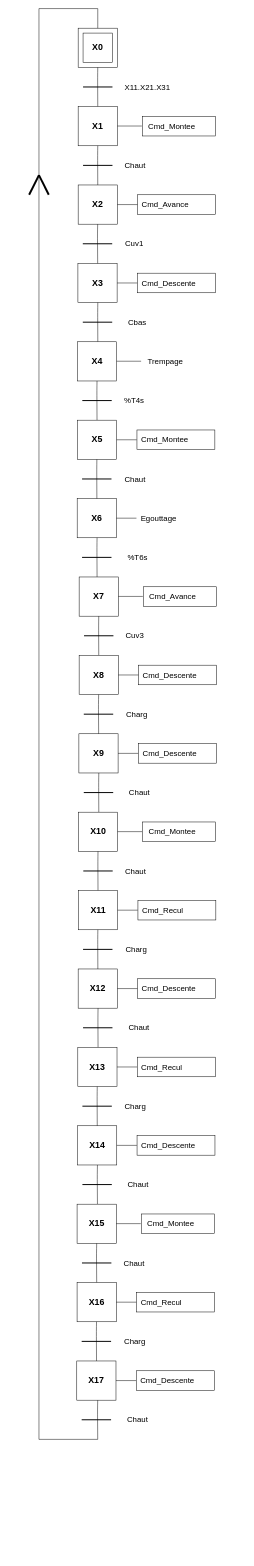
Before: Graph_Init.drawio in Sem98-chain/INSA, a draw.io diagram. Source tidied: cells renumbered, new cells numbered last; positions are measured from the earlier drawing's top-left corner, leaving out a move shared by most shapes. Both pictures are drawn from the tidied source at 49%, with x=0, y=0 at pixel (29, 8).
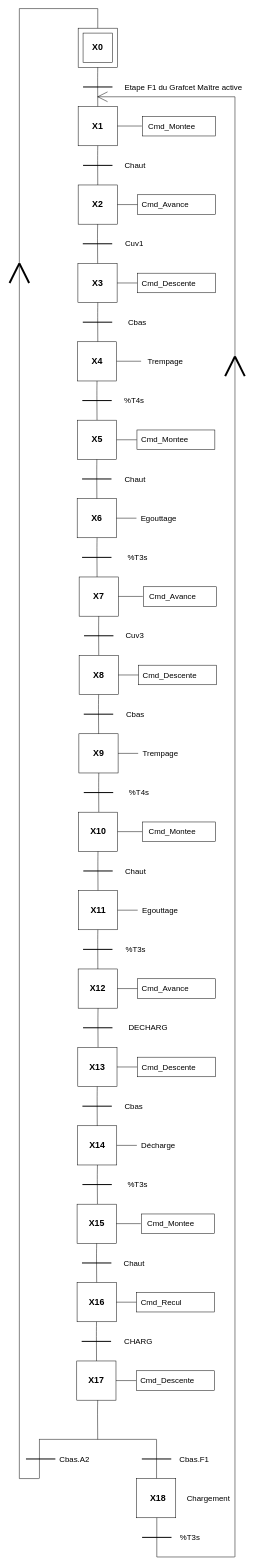
After the change.

What changed in the source:
```diff
@@
-    <mxCell id="16" value="&lt;font style=&quot;font-size: 16px&quot;&gt;X11.X21.X31&lt;br&gt;&lt;/font&gt;" style="text;html=1;strokeColor=none;fillColor=none;align=left;verticalAlign=middle;whiteSpace=wrap;rounded=0;" parent="1" vertex="1">
+    <mxCell id="16" value="&lt;font style=&quot;font-size: 16px&quot;&gt;Etape F1 du Grafcet Maître active&lt;br&gt;&lt;/font&gt;" style="text;html=1;strokeColor=none;fillColor=none;align=left;verticalAlign=middle;whiteSpace=wrap;rounded=0;" parent="1" vertex="1">
       <mxGeometry x="193" y="150" width="247" height="20" as="geometry" />
     </mxCell>
@@
     <mxCell id="34" style="endArrow=none;html=1;" parent="1" edge="1">
       <mxGeometry relative="1" as="geometry">
-        <mxPoint x="20" y="2920" as="sourcePoint" />
-        <mxPoint x="20" as="targetPoint" />
+        <mxPoint x="-20" y="3000" as="sourcePoint" />
+        <mxPoint x="-20" as="targetPoint" />
       </mxGeometry>
     </mxCell>
     <mxCell id="35" style="endArrow=none;html=1;" parent="1" edge="1">
       <mxGeometry relative="1" as="geometry">
-        <mxPoint x="20" as="sourcePoint" />
+        <mxPoint x="-20" as="sourcePoint" />
         <mxPoint x="140" as="targetPoint" />
       </mxGeometry>
     </mxCell>
@@
     <mxCell id="37" style="endArrow=none;html=1;strokeWidth=4;" parent="1" edge="1">
       <mxGeometry relative="1" as="geometry">
-        <mxPoint y="380" as="sourcePoint" />
-        <mxPoint x="20" y="340" as="targetPoint" />
+        <mxPoint x="-40" y="560" as="sourcePoint" />
+        <mxPoint x="-20" y="520" as="targetPoint" />
       </mxGeometry>
     </mxCell>
     <mxCell id="38" style="endArrow=none;html=1;strokeWidth=4;" parent="1" edge="1">
       <mxGeometry relative="1" as="geometry">
-        <mxPoint x="40" y="380" as="sourcePoint" />
-        <mxPoint x="20" y="340" as="targetPoint" />
+        <mxPoint y="560" as="sourcePoint" />
+        <mxPoint x="-20" y="520" as="targetPoint" />
       </mxGeometry>
     </mxCell>
@@
-    <mxCell id="60" value="&lt;font style=&quot;font-size: 16px&quot;&gt;%T6s&lt;br&gt;&lt;/font&gt;" style="text;html=1;strokeColor=none;fillColor=none;align=left;verticalAlign=middle;whiteSpace=wrap;rounded=0;" parent="1" vertex="1">
+    <mxCell id="60" value="&lt;font style=&quot;font-size: 16px&quot;&gt;%T3s&lt;br&gt;&lt;/font&gt;" style="text;html=1;strokeColor=none;fillColor=none;align=left;verticalAlign=middle;whiteSpace=wrap;rounded=0;" parent="1" vertex="1">
       <mxGeometry x="198.5" y="1110" width="77" height="20" as="geometry" />
     </mxCell>
@@
-    <mxCell id="62" style="rounded=0;whiteSpace=wrap;html=1;" parent="1" vertex="1">
-      <mxGeometry x="223" y="1500" width="159" height="40" as="geometry" />
-    </mxCell>
@@
-    <mxCell id="76" value="&lt;font style=&quot;font-size: 16px&quot;&gt;Cmd_Descente&lt;/font&gt;" style="text;html=1;strokeColor=none;fillColor=none;align=left;verticalAlign=middle;whiteSpace=wrap;rounded=0;" parent="1" vertex="1">
+    <mxCell id="76" value="&lt;font style=&quot;font-size: 16px&quot;&gt;Trempage&lt;/font&gt;" style="text;html=1;strokeColor=none;fillColor=none;align=left;verticalAlign=middle;whiteSpace=wrap;rounded=0;" parent="1" vertex="1">
       <mxGeometry x="229.5" y="1510" width="140" height="20" as="geometry" />
     </mxCell>
@@
-    <mxCell id="84" value="&lt;font style=&quot;font-size: 16px&quot;&gt;Charg&lt;br&gt;&lt;/font&gt;" style="text;html=1;strokeColor=none;fillColor=none;align=left;verticalAlign=middle;whiteSpace=wrap;rounded=0;" parent="1" vertex="1">
+    <mxCell id="84" value="&lt;font style=&quot;font-size: 16px&quot;&gt;Cbas&lt;br&gt;&lt;/font&gt;" style="text;html=1;strokeColor=none;fillColor=none;align=left;verticalAlign=middle;whiteSpace=wrap;rounded=0;" parent="1" vertex="1">
       <mxGeometry x="196" y="1430" width="77" height="20" as="geometry" />
     </mxCell>
-    <mxCell id="85" value="&lt;font style=&quot;font-size: 16px&quot;&gt;Chaut&lt;br&gt;&lt;/font&gt;" style="text;html=1;strokeColor=none;fillColor=none;align=left;verticalAlign=middle;whiteSpace=wrap;rounded=0;" parent="1" vertex="1">
+    <mxCell id="85" value="&lt;font style=&quot;font-size: 16px&quot;&gt;%T4s&lt;br&gt;&lt;/font&gt;" style="text;html=1;strokeColor=none;fillColor=none;align=left;verticalAlign=middle;whiteSpace=wrap;rounded=0;" parent="1" vertex="1">
       <mxGeometry x="202" y="1590" width="77" height="20" as="geometry" />
     </mxCell>
@@
-    <mxCell id="101" value="&lt;font style=&quot;font-size: 16px&quot;&gt;Cmd_Descente&lt;/font&gt;" style="text;html=1;strokeColor=none;fillColor=none;align=left;verticalAlign=middle;whiteSpace=wrap;rounded=0;" parent="1" vertex="1">
+    <mxCell id="101" value="&lt;font style=&quot;font-size: 16px&quot;&gt;Cmd_Avance&lt;/font&gt;" style="text;html=1;strokeColor=none;fillColor=none;align=left;verticalAlign=middle;whiteSpace=wrap;rounded=0;" parent="1" vertex="1">
       <mxGeometry x="228" y="1990" width="140" height="20" as="geometry" />
     </mxCell>
@@
-    <mxCell id="106" style="rounded=0;whiteSpace=wrap;html=1;" parent="1" vertex="1">
-      <mxGeometry x="222" y="1820" width="159" height="40" as="geometry" />
-    </mxCell>
-    <mxCell id="107" value="&lt;span style=&quot;font-size: 16px&quot;&gt;Cmd_Recul&lt;/span&gt;" style="text;html=1;strokeColor=none;fillColor=none;align=left;verticalAlign=middle;whiteSpace=wrap;rounded=0;" parent="1" vertex="1">
+    <mxCell id="107" value="&lt;span style=&quot;font-size: 16px&quot;&gt;Egouttage&lt;/span&gt;" style="text;html=1;strokeColor=none;fillColor=none;align=left;verticalAlign=middle;whiteSpace=wrap;rounded=0;" parent="1" vertex="1">
       <mxGeometry x="228.5" y="1830" width="140" height="20" as="geometry" />
     </mxCell>
@@
-    <mxCell id="109" value="&lt;font style=&quot;font-size: 16px&quot;&gt;Charg&lt;br&gt;&lt;/font&gt;" style="text;html=1;strokeColor=none;fillColor=none;align=left;verticalAlign=middle;whiteSpace=wrap;rounded=0;" parent="1" vertex="1">
+    <mxCell id="109" value="&lt;font style=&quot;font-size: 16px&quot;&gt;%T3s&lt;br&gt;&lt;/font&gt;" style="text;html=1;strokeColor=none;fillColor=none;align=left;verticalAlign=middle;whiteSpace=wrap;rounded=0;" parent="1" vertex="1">
       <mxGeometry x="194.5" y="1910" width="77" height="20" as="geometry" />
     </mxCell>
-    <mxCell id="110" value="&lt;font style=&quot;font-size: 16px&quot;&gt;Chaut&lt;br&gt;&lt;/font&gt;" style="text;html=1;strokeColor=none;fillColor=none;align=left;verticalAlign=middle;whiteSpace=wrap;rounded=0;" parent="1" vertex="1">
+    <mxCell id="110" value="&lt;font style=&quot;font-size: 16px&quot;&gt;DECHARG&lt;br&gt;&lt;/font&gt;" style="text;html=1;strokeColor=none;fillColor=none;align=left;verticalAlign=middle;whiteSpace=wrap;rounded=0;" parent="1" vertex="1">
       <mxGeometry x="200.5" y="2070" width="77" height="20" as="geometry" />
     </mxCell>
@@
-    <mxCell id="112" style="rounded=0;whiteSpace=wrap;html=1;" parent="1" vertex="1">
-      <mxGeometry x="220.2" y="2300" width="159" height="40" as="geometry" />
-    </mxCell>
@@
-    <mxCell id="118" value="&lt;font style=&quot;font-size: 16px&quot;&gt;Cmd_Descente&lt;/font&gt;" style="text;html=1;strokeColor=none;fillColor=none;align=left;verticalAlign=middle;whiteSpace=wrap;rounded=0;" parent="1" vertex="1">
+    <mxCell id="118" value="&lt;font style=&quot;font-size: 16px&quot;&gt;Décharge&lt;/font&gt;" style="text;html=1;strokeColor=none;fillColor=none;align=left;verticalAlign=middle;whiteSpace=wrap;rounded=0;" parent="1" vertex="1">
       <mxGeometry x="226.8" y="2310" width="140" height="20" as="geometry" />
     </mxCell>
@@
-    <mxCell id="124" value="&lt;span style=&quot;font-size: 16px&quot;&gt;Cmd_Recul&lt;/span&gt;" style="text;html=1;strokeColor=none;fillColor=none;align=left;verticalAlign=middle;whiteSpace=wrap;rounded=0;" parent="1" vertex="1">
-      <mxGeometry x="227.2" y="2150" width="140" height="20" as="geometry" />
+    <mxCell id="124" value="&lt;span style=&quot;font-size: 16px&quot;&gt;Cmd_Descente&lt;/span&gt;" style="text;html=1;strokeColor=none;fillColor=none;align=left;verticalAlign=middle;whiteSpace=wrap;rounded=0;" parent="1" vertex="1">
+      <mxGeometry x="228.2" y="2150" width="140" height="20" as="geometry" />
     </mxCell>
@@
-    <mxCell id="126" value="&lt;font style=&quot;font-size: 16px&quot;&gt;Charg&lt;br&gt;&lt;/font&gt;" style="text;html=1;strokeColor=none;fillColor=none;align=left;verticalAlign=middle;whiteSpace=wrap;rounded=0;" parent="1" vertex="1">
+    <mxCell id="126" value="&lt;font style=&quot;font-size: 16px&quot;&gt;Cbas&lt;br&gt;&lt;/font&gt;" style="text;html=1;strokeColor=none;fillColor=none;align=left;verticalAlign=middle;whiteSpace=wrap;rounded=0;" parent="1" vertex="1">
       <mxGeometry x="193.2" y="2230" width="77" height="20" as="geometry" />
     </mxCell>
-    <mxCell id="127" value="&lt;font style=&quot;font-size: 16px&quot;&gt;Chaut&lt;br&gt;&lt;/font&gt;" style="text;html=1;strokeColor=none;fillColor=none;align=left;verticalAlign=middle;whiteSpace=wrap;rounded=0;" parent="1" vertex="1">
+    <mxCell id="127" value="&lt;font style=&quot;font-size: 16px&quot;&gt;%T3s&lt;br&gt;&lt;/font&gt;" style="text;html=1;strokeColor=none;fillColor=none;align=left;verticalAlign=middle;whiteSpace=wrap;rounded=0;" parent="1" vertex="1">
       <mxGeometry x="199.2" y="2390" width="77" height="20" as="geometry" />
     </mxCell>
@@
     <mxCell id="139" value="&lt;font style=&quot;font-size: 16px&quot;&gt;&lt;br&gt;&lt;/font&gt;" style="text;html=1;strokeColor=none;fillColor=none;align=left;verticalAlign=middle;whiteSpace=wrap;rounded=0;" parent="1" vertex="1">
-      <mxGeometry x="190.8" y="2870" width="106" height="20" as="geometry" />
+      <mxGeometry x="76" y="2950" width="106" height="20" as="geometry" />
     </mxCell>
-    <mxCell id="140" value="&lt;font style=&quot;font-size: 16px&quot;&gt;Cmd_Montee&lt;/font&gt;" style="text;html=1;strokeColor=none;fillColor=none;align=left;verticalAlign=middle;whiteSpace=wrap;rounded=0;" parent="1" vertex="1">
+    <mxCell id="140" value="&lt;span style=&quot;font-size: 16px&quot;&gt;Cmd_Montee&lt;/span&gt;" style="text;html=1;strokeColor=none;fillColor=none;align=left;verticalAlign=middle;whiteSpace=wrap;rounded=0;" parent="1" vertex="1">
       <mxGeometry x="238.8" y="2470" width="100" height="20" as="geometry" />
     </mxCell>
@@
     <mxCell id="145" style="endArrow=none;html=1;strokeWidth=2;" parent="1" edge="1">
       <mxGeometry relative="1" as="geometry">
-        <mxPoint x="107.2" y="2880" as="sourcePoint" />
-        <mxPoint x="167.2" y="2880" as="targetPoint" />
+        <mxPoint x="-6.5" y="2960" as="sourcePoint" />
+        <mxPoint x="53.5" y="2960" as="targetPoint" />
       </mxGeometry>
     </mxCell>
@@
-    <mxCell id="151" value="&lt;font style=&quot;font-size: 16px&quot;&gt;Charg&lt;br&gt;&lt;/font&gt;" style="text;html=1;strokeColor=none;fillColor=none;align=left;verticalAlign=middle;whiteSpace=wrap;rounded=0;" parent="1" vertex="1">
+    <mxCell id="151" value="&lt;font style=&quot;font-size: 16px&quot;&gt;CHARG&lt;br&gt;&lt;/font&gt;" style="text;html=1;strokeColor=none;fillColor=none;align=left;verticalAlign=middle;whiteSpace=wrap;rounded=0;" parent="1" vertex="1">
       <mxGeometry x="191.8" y="2710" width="77" height="20" as="geometry" />
     </mxCell>
-    <mxCell id="152" value="&lt;font style=&quot;font-size: 16px&quot;&gt;Chaut&lt;br&gt;&lt;/font&gt;" style="text;html=1;strokeColor=none;fillColor=none;align=left;verticalAlign=middle;whiteSpace=wrap;rounded=0;" parent="1" vertex="1">
-      <mxGeometry x="197.8" y="2870" width="77" height="20" as="geometry" />
+    <mxCell id="152" value="&lt;font style=&quot;font-size: 16px&quot;&gt;Cbas.A2&lt;br&gt;&lt;/font&gt;" style="text;html=1;strokeColor=none;fillColor=none;align=left;verticalAlign=middle;whiteSpace=wrap;rounded=0;" parent="1" vertex="1">
+      <mxGeometry x="60" y="2950" width="77" height="20" as="geometry" />
     </mxCell>
@@
     <mxCell id="154" style="endArrow=none;html=1;" parent="1" edge="1">
       <mxGeometry relative="1" as="geometry">
         <mxPoint x="20" y="2920" as="sourcePoint" />
-        <mxPoint x="140" y="2920" as="targetPoint" />
+        <mxPoint x="260" y="2920" as="targetPoint" />
       </mxGeometry>
     </mxCell>
+    <mxCell id="155" value="&lt;font style=&quot;font-size: 16px&quot;&gt;&lt;br&gt;&lt;/font&gt;" style="text;html=1;strokeColor=none;fillColor=none;align=left;verticalAlign=middle;whiteSpace=wrap;rounded=0;" parent="1" vertex="1">
+      <mxGeometry x="313.5" y="2950" width="106" height="20" as="geometry" />
+    </mxCell>
+    <mxCell id="156" style="endArrow=none;html=1;strokeWidth=2;" parent="1" edge="1">
+      <mxGeometry relative="1" as="geometry">
+        <mxPoint x="230" y="2960" as="sourcePoint" />
+        <mxPoint x="290" y="2960" as="targetPoint" />
+      </mxGeometry>
+    </mxCell>
+    <mxCell id="157" value="&lt;font style=&quot;font-size: 16px&quot;&gt;Cbas.F1&lt;br&gt;&lt;/font&gt;" style="text;html=1;strokeColor=none;fillColor=none;align=left;verticalAlign=middle;whiteSpace=wrap;rounded=0;" parent="1" vertex="1">
+      <mxGeometry x="305" y="2950" width="77" height="20" as="geometry" />
+    </mxCell>
+    <mxCell id="158" style="endArrow=none;html=1;" parent="1" edge="1">
+      <mxGeometry relative="1" as="geometry">
+        <mxPoint x="-20" y="3000" as="sourcePoint" />
+        <mxPoint x="20" y="3000" as="targetPoint" />
+      </mxGeometry>
+    </mxCell>
+    <mxCell id="159" style="endArrow=none;html=1;" parent="1" edge="1">
+      <mxGeometry relative="1" as="geometry">
+        <mxPoint x="21" y="3000" as="sourcePoint" />
+        <mxPoint x="21" y="2920" as="targetPoint" />
+      </mxGeometry>
+    </mxCell>
+    <mxCell id="160" style="endArrow=none;html=1;" parent="1" edge="1">
+      <mxGeometry relative="1" as="geometry">
+        <mxPoint x="260" y="3000" as="sourcePoint" />
+        <mxPoint x="260" y="2920" as="targetPoint" />
+      </mxGeometry>
+    </mxCell>
+    <mxCell id="161" style="endArrow=none;html=1;" parent="1" edge="1">
+      <mxGeometry relative="1" as="geometry">
+        <mxPoint x="260.5" y="3160" as="sourcePoint" />
+        <mxPoint x="419.5" y="3160" as="targetPoint" />
+      </mxGeometry>
+    </mxCell>
+    <mxCell id="162" style="endArrow=none;html=1;" parent="1" edge="1">
+      <mxGeometry relative="1" as="geometry">
+        <mxPoint x="420" y="3160" as="sourcePoint" />
+        <mxPoint x="420" y="180" as="targetPoint" />
+      </mxGeometry>
+    </mxCell>
+    <mxCell id="163" style="endArrow=none;html=1;" parent="1" edge="1">
+      <mxGeometry relative="1" as="geometry">
+        <mxPoint x="140" y="180" as="sourcePoint" />
+        <mxPoint x="420" y="180" as="targetPoint" />
+      </mxGeometry>
+    </mxCell>
+    <mxCell id="164" style="endArrow=none;html=1;" parent="1" edge="1">
+      <mxGeometry relative="1" as="geometry">
+        <mxPoint x="140" y="180" as="sourcePoint" />
+        <mxPoint x="160" y="170" as="targetPoint" />
+      </mxGeometry>
+    </mxCell>
+    <mxCell id="165" style="endArrow=none;html=1;" parent="1" edge="1">
+      <mxGeometry relative="1" as="geometry">
+        <mxPoint x="140" y="180" as="sourcePoint" />
+        <mxPoint x="160" y="190" as="targetPoint" />
+      </mxGeometry>
+    </mxCell>
+    <mxCell id="166" style="endArrow=none;html=1;strokeWidth=4;" parent="1" edge="1">
+      <mxGeometry relative="1" as="geometry">
+        <mxPoint x="400" y="750" as="sourcePoint" />
+        <mxPoint x="420" y="710" as="targetPoint" />
+      </mxGeometry>
+    </mxCell>
+    <mxCell id="167" style="endArrow=none;html=1;strokeWidth=4;" parent="1" edge="1">
+      <mxGeometry relative="1" as="geometry">
+        <mxPoint x="440" y="750" as="sourcePoint" />
+        <mxPoint x="420" y="710" as="targetPoint" />
+      </mxGeometry>
+    </mxCell>
+    <mxCell id="168" style="whiteSpace=wrap;html=1;" parent="1" vertex="1">
+      <mxGeometry x="219.2" y="3000" width="80" height="80" as="geometry" />
+    </mxCell>
+    <mxCell id="169" style="endArrow=none;html=1;strokeWidth=2;" parent="1" edge="1">
+      <mxGeometry relative="1" as="geometry">
+        <mxPoint x="230.5" y="3120" as="sourcePoint" />
+        <mxPoint x="290.5" y="3120" as="targetPoint" />
+      </mxGeometry>
+    </mxCell>
+    <mxCell id="170" value="&lt;font style=&quot;font-size: 16px&quot;&gt;%T3s&lt;br&gt;&lt;/font&gt;" style="text;html=1;strokeColor=none;fillColor=none;align=left;verticalAlign=middle;whiteSpace=wrap;rounded=0;" parent="1" vertex="1">
+      <mxGeometry x="305.5" y="3110" width="77" height="20" as="geometry" />
+    </mxCell>
+    <mxCell id="171" style="endArrow=none;html=1;" parent="1" edge="1">
+      <mxGeometry relative="1" as="geometry">
+        <mxPoint x="260.5" y="3160" as="sourcePoint" />
+        <mxPoint x="260.5" y="3080" as="targetPoint" />
+      </mxGeometry>
+    </mxCell>
+    <mxCell id="172" value="&lt;font style=&quot;font-size: 16px&quot;&gt;Chargement&lt;br&gt;&lt;/font&gt;" style="text;html=1;strokeColor=none;fillColor=none;align=left;verticalAlign=middle;whiteSpace=wrap;rounded=0;" parent="1" vertex="1">
+      <mxGeometry x="320" y="3030" width="77" height="20" as="geometry" />
+    </mxCell>
+    <mxCell id="173" value="&lt;span style=&quot;font-size: 18px&quot;&gt;&lt;b&gt;X18&lt;/b&gt;&lt;/span&gt;" style="text;html=1;strokeColor=none;fillColor=none;align=center;verticalAlign=middle;whiteSpace=wrap;rounded=0;" parent="1" vertex="1">
+      <mxGeometry x="243" y="3030" width="40" height="20" as="geometry" />
+    </mxCell>
```
